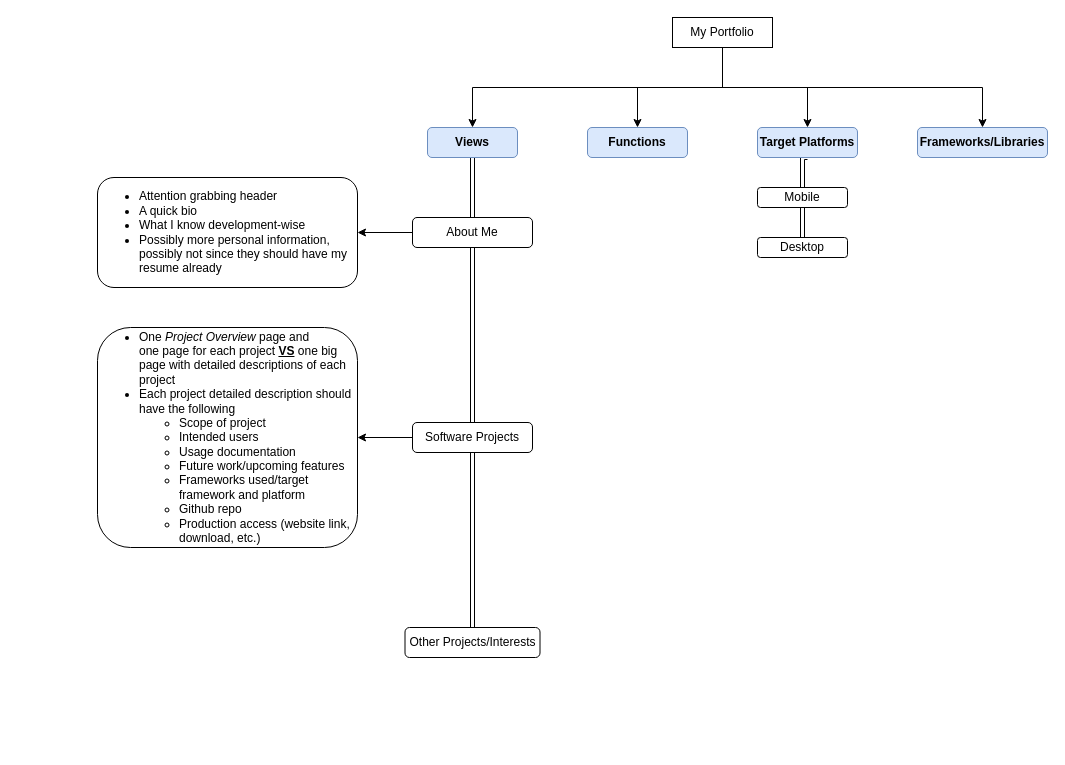
The draw.io diagram Resources/portfolio.drawio in yannihilator/yannihilator.github.io, before the edit. Source tidied: cells renumbered, new cells numbered last; positions are measured from the earlier drawing's top-left corner, leaving out a move shared by most shapes. Both pictures are drawn from the tidied source at 100%, with x=0, y=0 at pixel (97, 17).
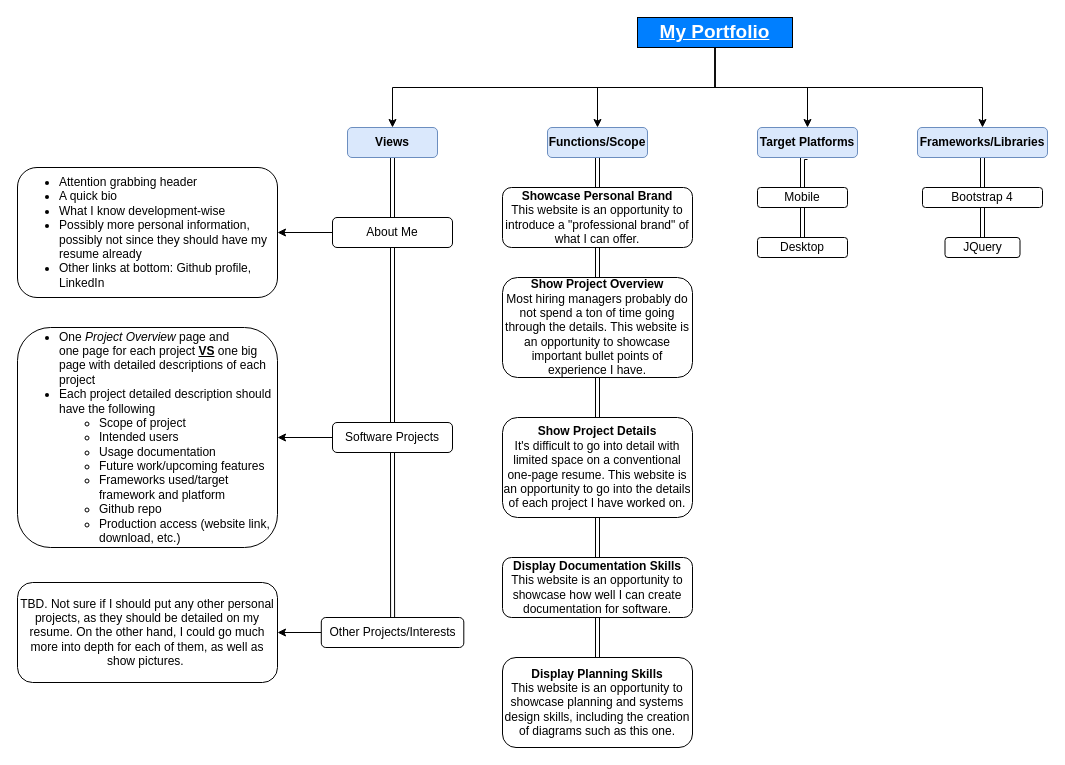
Above is the later version.

Unchanged cells that the change refers to:
```xml
<mxCell id="23" value="Frameworks/Libraries" style="rounded=1;whiteSpace=wrap;html=1;fillColor=#dae8fc;strokeColor=#6c8ebf;fontStyle=1;" parent="1" vertex="1">
  <mxGeometry x="820" y="110" width="130" height="30" as="geometry" />
</mxCell>
```

Change to the diagram source:
```diff
@@
-    <mxCell id="6" value="My Portfolio" style="rounded=0;whiteSpace=wrap;html=1;" parent="1" vertex="1">
-      <mxGeometry x="575" width="100" height="30" as="geometry" />
+    <mxCell id="6" value="My Portfolio" style="rounded=0;whiteSpace=wrap;html=1;fontSize=19;fontStyle=5;labelBackgroundColor=none;fillColor=#007FFF;fontColor=#FFFFFF;" parent="1" vertex="1">
+      <mxGeometry x="540" width="155" height="30" as="geometry" />
     </mxCell>
@@
     <mxCell id="8" value="Views" style="rounded=1;whiteSpace=wrap;html=1;fillColor=#dae8fc;strokeColor=#6c8ebf;fontStyle=1;" parent="1" vertex="1">
-      <mxGeometry x="330" y="110" width="90" height="30" as="geometry" />
+      <mxGeometry x="250" y="110" width="90" height="30" as="geometry" />
     </mxCell>
@@
+    <mxCell id="25" style="edgeStyle=orthogonalEdgeStyle;rounded=0;jettySize=auto;html=1;exitX=0.5;exitY=1;exitDx=0;exitDy=0;entryX=0.5;entryY=0;entryDx=0;entryDy=0;shape=link;" parent="1" edge="1" source="10" target="33">
+      <mxGeometry relative="1" as="geometry" />
+    </mxCell>
-    <mxCell id="10" value="Functions" style="rounded=1;whiteSpace=wrap;html=1;fillColor=#dae8fc;strokeColor=#6c8ebf;fontStyle=1;" parent="1" vertex="1">
-      <mxGeometry x="490" y="110" width="100" height="30" as="geometry" />
+    <mxCell id="10" value="Functions/Scope" style="rounded=1;whiteSpace=wrap;html=1;fillColor=#dae8fc;strokeColor=#6c8ebf;fontStyle=1;" parent="1" vertex="1">
+      <mxGeometry x="450" y="110" width="100" height="30" as="geometry" />
     </mxCell>
@@
     <mxCell id="17" value="About Me" style="rounded=1;whiteSpace=wrap;html=1;" parent="1" vertex="1">
-      <mxGeometry x="315" y="200" width="120" height="30" as="geometry" />
+      <mxGeometry x="235" y="200" width="120" height="30" as="geometry" />
     </mxCell>
-    <mxCell id="18" value="&lt;ul&gt;&lt;li&gt;Attention grabbing header&lt;/li&gt;&lt;li&gt;A quick bio&amp;nbsp;&lt;/li&gt;&lt;li&gt;What I know development-wise&lt;/li&gt;&lt;li&gt;Possibly more personal information, possibly not since they should have my resume already&lt;/li&gt;&lt;/ul&gt;" style="rounded=1;whiteSpace=wrap;html=1;align=left;" parent="1" vertex="1">
-      <mxGeometry y="160" width="260" height="110" as="geometry" />
+    <mxCell id="18" value="&lt;ul&gt;&lt;li&gt;Attention grabbing header&lt;/li&gt;&lt;li&gt;A quick bio&amp;nbsp;&lt;/li&gt;&lt;li&gt;What I know development-wise&lt;/li&gt;&lt;li&gt;Possibly more personal information, possibly not since they should have my resume already&lt;/li&gt;&lt;li&gt;Other links at bottom: Github profile, LinkedIn&lt;/li&gt;&lt;/ul&gt;" style="rounded=1;whiteSpace=wrap;html=1;align=left;" parent="1" vertex="1">
+      <mxGeometry x="-80" y="150" width="260" height="130" as="geometry" />
     </mxCell>
@@
     <mxCell id="21" value="Software Projects" style="rounded=1;whiteSpace=wrap;html=1;" parent="1" vertex="1">
-      <mxGeometry x="315" y="405" width="120" height="30" as="geometry" />
+      <mxGeometry x="235" y="405" width="120" height="30" as="geometry" />
     </mxCell>
     <mxCell id="22" value="&lt;ul&gt;&lt;li&gt;One &lt;i&gt;Project Overview &lt;/i&gt;page and one&amp;nbsp;page for each project &lt;u style=&quot;font-weight: bold&quot;&gt;VS&lt;/u&gt;&amp;nbsp;one big page with detailed descriptions of each project&lt;/li&gt;&lt;li&gt;Each project detailed description should have the following&lt;/li&gt;&lt;ul&gt;&lt;li&gt;Scope of project&lt;/li&gt;&lt;li&gt;Intended users&lt;/li&gt;&lt;li&gt;Usage documentation&lt;/li&gt;&lt;li&gt;Future work/upcoming features&lt;/li&gt;&lt;li&gt;Frameworks used/target framework and platform&lt;/li&gt;&lt;li&gt;Github repo&lt;/li&gt;&lt;li&gt;Production access (website link, download, etc.)&lt;/li&gt;&lt;/ul&gt;&lt;/ul&gt;" style="rounded=1;whiteSpace=wrap;html=1;align=left;" parent="1" vertex="1">
-      <mxGeometry y="310" width="260" height="220" as="geometry" />
+      <mxGeometry x="-80" y="310" width="260" height="220" as="geometry" />
     </mxCell>
+    <mxCell id="26" style="edgeStyle=orthogonalEdgeStyle;rounded=0;jettySize=auto;html=1;exitX=0.5;exitY=1;exitDx=0;exitDy=0;entryX=0.5;entryY=0;entryDx=0;entryDy=0;shape=link;" parent="1" edge="1" source="23" target="30">
+      <mxGeometry relative="1" as="geometry" />
+    </mxCell>
@@
+    <mxCell id="27" style="edgeStyle=orthogonalEdgeStyle;rounded=0;jettySize=auto;html=1;exitX=0;exitY=0.5;exitDx=0;exitDy=0;entryX=1;entryY=0.5;entryDx=0;entryDy=0;" parent="1" edge="1" source="24" target="28">
+      <mxGeometry relative="1" as="geometry" />
+    </mxCell>
     <mxCell id="24" value="Other Projects/Interests" style="rounded=1;whiteSpace=wrap;html=1;" parent="1" vertex="1">
-      <mxGeometry x="307.5" y="610" width="135" height="30" as="geometry" />
+      <mxGeometry x="223.8" y="600" width="142.5" height="30" as="geometry" />
     </mxCell>
+    <mxCell id="28" value="TBD. Not sure if I should put any other personal projects, as they should be detailed on my resume. On the other hand, I could go much more into depth for each of them, as well as show pictures.&amp;nbsp;" style="rounded=1;whiteSpace=wrap;html=1;" parent="1" vertex="1">
+      <mxGeometry x="-80" y="565" width="260" height="100" as="geometry" />
+    </mxCell>
+    <mxCell id="29" style="edgeStyle=orthogonalEdgeStyle;shape=link;rounded=0;jettySize=auto;html=1;exitX=0.5;exitY=1;exitDx=0;exitDy=0;entryX=0.5;entryY=0;entryDx=0;entryDy=0;" parent="1" edge="1" source="30" target="31">
+      <mxGeometry relative="1" as="geometry" />
+    </mxCell>
+    <mxCell id="30" value="Bootstrap 4" style="rounded=1;whiteSpace=wrap;html=1;" parent="1" vertex="1">
+      <mxGeometry x="825" y="170" width="120" height="20" as="geometry" />
+    </mxCell>
+    <mxCell id="31" value="JQuery" style="rounded=1;whiteSpace=wrap;html=1;" parent="1" vertex="1">
+      <mxGeometry x="847.5" y="220" width="75" height="20" as="geometry" />
+    </mxCell>
+    <mxCell id="32" style="edgeStyle=orthogonalEdgeStyle;shape=link;rounded=0;jettySize=auto;html=1;exitX=0.5;exitY=1;exitDx=0;exitDy=0;entryX=0.5;entryY=0;entryDx=0;entryDy=0;" parent="1" edge="1" source="33" target="34">
+      <mxGeometry relative="1" as="geometry" />
+    </mxCell>
+    <mxCell id="33" value="&lt;b&gt;Showcase Personal Brand&lt;/b&gt;&lt;br&gt;This website is an opportunity to introduce a &quot;professional brand&quot; of what I can offer." style="rounded=1;whiteSpace=wrap;html=1;" parent="1" vertex="1">
+      <mxGeometry x="405" y="170" width="190" height="60" as="geometry" />
+    </mxCell>
+    <mxCell id="34" value="&lt;b&gt;Show Project Overview&lt;/b&gt;&lt;br&gt;Most hiring managers probably do not spend a ton of time going through the details. This website is an opportunity to showcase important bullet points of experience I have." style="rounded=1;whiteSpace=wrap;html=1;" parent="1" vertex="1">
+      <mxGeometry x="405" y="260" width="190" height="100" as="geometry" />
+    </mxCell>
+    <mxCell id="35" style="edgeStyle=orthogonalEdgeStyle;shape=link;rounded=0;jettySize=auto;html=1;entryX=0.5;entryY=1;entryDx=0;entryDy=0;" parent="1" edge="1" source="37" target="34">
+      <mxGeometry relative="1" as="geometry" />
+    </mxCell>
+    <mxCell id="36" style="edgeStyle=orthogonalEdgeStyle;shape=link;rounded=0;jettySize=auto;html=1;exitX=0.5;exitY=1;exitDx=0;exitDy=0;entryX=0.5;entryY=0;entryDx=0;entryDy=0;" parent="1" edge="1" source="37" target="39">
+      <mxGeometry relative="1" as="geometry" />
+    </mxCell>
+    <mxCell id="37" value="&lt;b&gt;Show Project Details&lt;/b&gt;&lt;br&gt;It's difficult to go into detail with limited space on a conventional one-page resume. This website is an opportunity to go into the details of each project I have worked on." style="rounded=1;whiteSpace=wrap;html=1;" parent="1" vertex="1">
+      <mxGeometry x="405" y="400" width="190" height="100" as="geometry" />
+    </mxCell>
+    <mxCell id="38" style="edgeStyle=orthogonalEdgeStyle;shape=link;rounded=0;jettySize=auto;html=1;exitX=0.5;exitY=1;exitDx=0;exitDy=0;entryX=0.5;entryY=0;entryDx=0;entryDy=0;" parent="1" edge="1" source="39" target="40">
+      <mxGeometry relative="1" as="geometry" />
+    </mxCell>
+    <mxCell id="39" value="&lt;b&gt;Display Documentation Skills&lt;/b&gt;&lt;br&gt;This website is an opportunity to showcase how well I can create documentation for software." style="rounded=1;whiteSpace=wrap;html=1;" parent="1" vertex="1">
+      <mxGeometry x="405" y="540" width="190" height="60" as="geometry" />
+    </mxCell>
+    <mxCell id="40" value="&lt;b&gt;Display Planning Skills&lt;/b&gt;&lt;br&gt;This website is an opportunity to showcase planning and systems design skills, including the creation of diagrams such as this one." style="rounded=1;whiteSpace=wrap;html=1;" parent="1" vertex="1">
+      <mxGeometry x="405" y="640" width="190" height="90" as="geometry" />
+    </mxCell>
```
